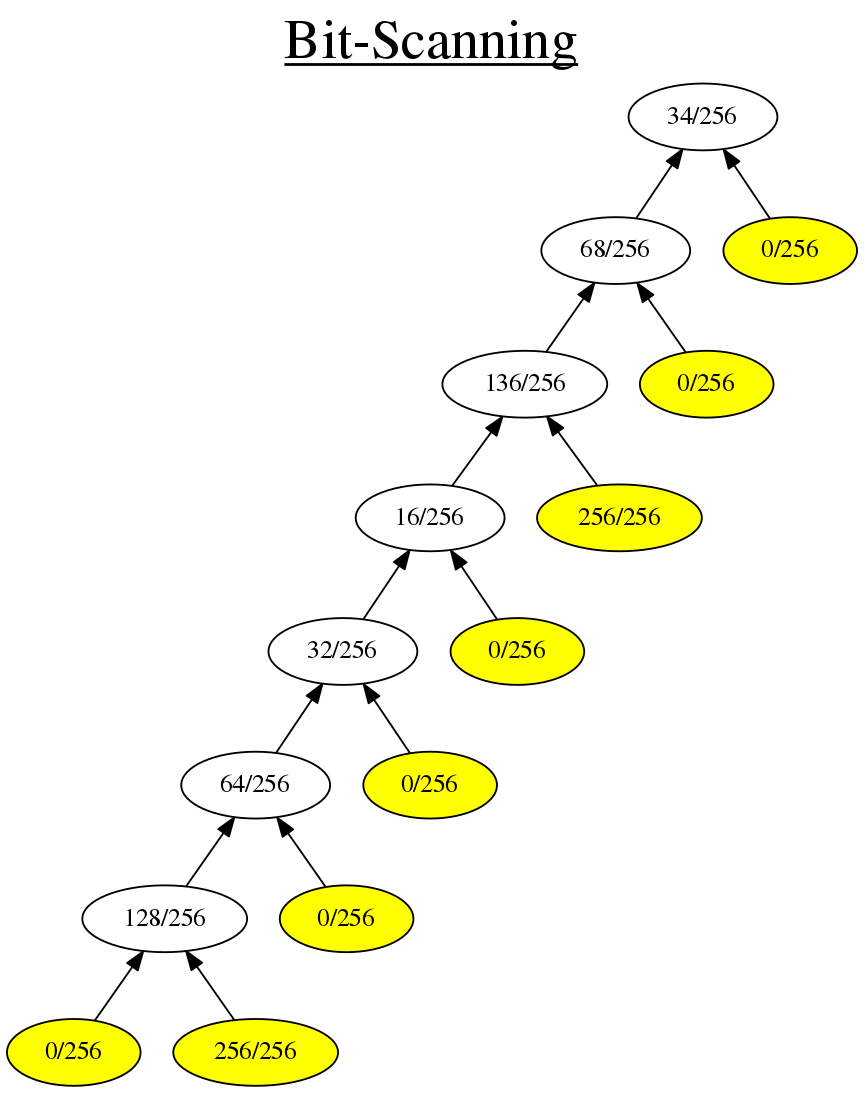
Above: GuiTool/image/BitScanning/BitScanningDot.png in iitramar/guiTool (Graphviz), before the change. Its source is kept beside it as GuiTool/image/BitScanning/BitScanningDot.dot.
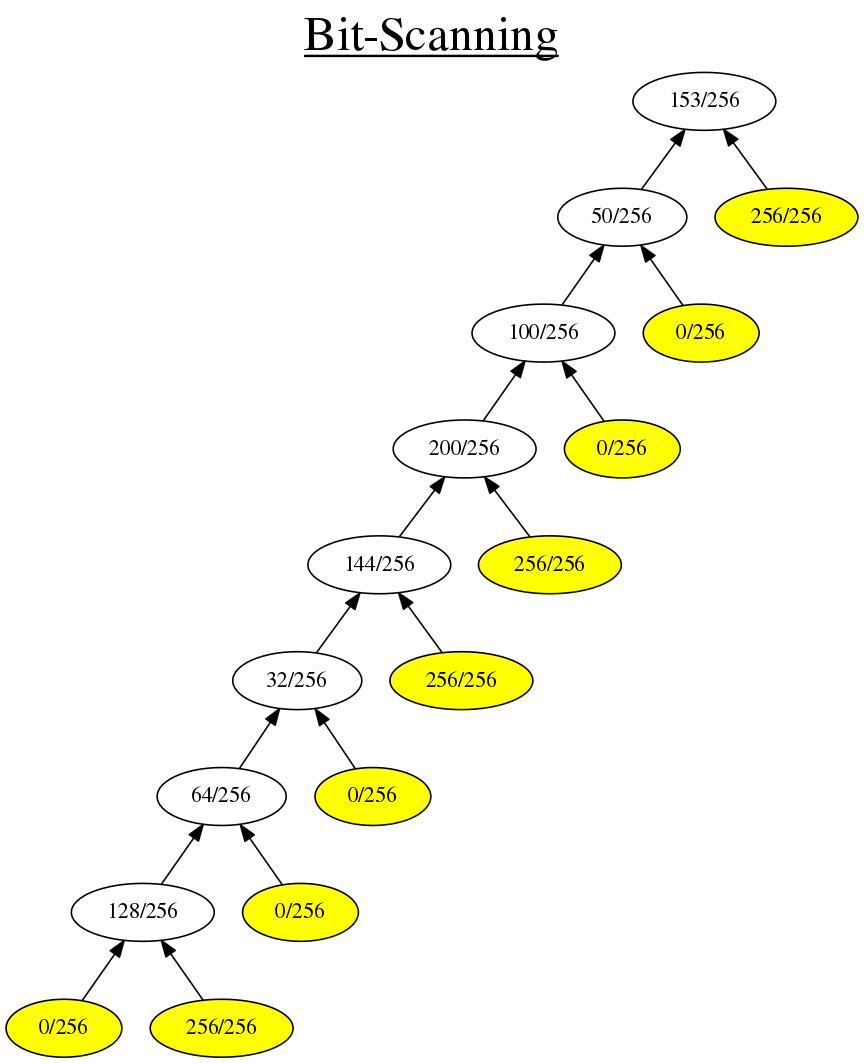
After the change.

The edit, as a diff of the source:
```diff
@@ -1,36 +1,41 @@
 digraph G {
 rankdir = BT;
 graph [label= <<u>Bit-Scanning</u>> , labelloc=t, fontsize=30];
-1[label= " 34/256 " ];
-2[label= " 68/256 " ];
+1[label= " 153/256 " ];
+2[label= " 50/256 " ];
 2->1
-3[label= " 0/256 " ];
+3[label= " 256/256 " ];
 3->1
-4[label= " 136/256 " ];
+4[label= " 100/256 " ];
 4->2
 5[label= " 0/256 " ];
 5->2
-8[label= " 16/256 " ];
+8[label= " 200/256 " ];
 8->4
-9[label= " 256/256 " ];
+9[label= " 0/256 " ];
 9->4
-16[label= " 32/256 " ];
+16[label= " 144/256 " ];
 16->8
-17[label= " 0/256 " ];
+17[label= " 256/256 " ];
 17->8
-32[label= " 64/256 " ];
+32[label= " 32/256 " ];
 32->16
-33[label= " 0/256 " ];
+33[label= " 256/256 " ];
 33->16
-64[label= " 128/256 " ];
+64[label= " 64/256 " ];
 64->32
 65[label= " 0/256 " ];
 65->32
-128[label= " 0/256 " ];
+128[label= " 128/256 " ];
 128->64
-129[label= " 256/256 " ];
+129[label= " 0/256 " ];
 129->64
-128[style=filled, fillcolor=yellow];
+256[label= " 0/256 " ];
+256->128
+257[label= " 256/256 " ];
+257->128
+256[style=filled, fillcolor=yellow];
+257[style=filled, fillcolor=yellow];
 129[style=filled, fillcolor=yellow];
 65[style=filled, fillcolor=yellow];
 33[style=filled, fillcolor=yellow];
```
